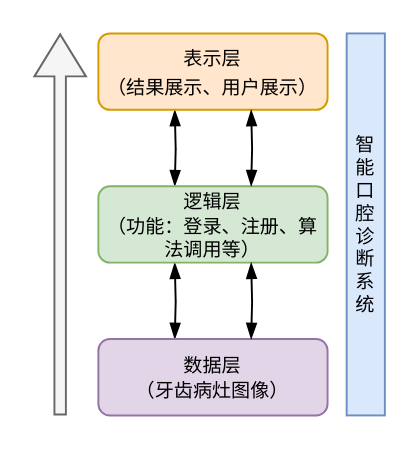
This is page "系统架构" (1 of 4) of 第五章绘图.drawio from qjl988/drawio, a draw.io file, before an edit. Source tidied: cells renumbered, new cells numbered last; positions are measured from the earlier drawing's top-left corner, leaving out a move shared by most shapes. Both pictures are drawn from the tidied source at 191%, with x=0, y=0 at pixel (59, 32).
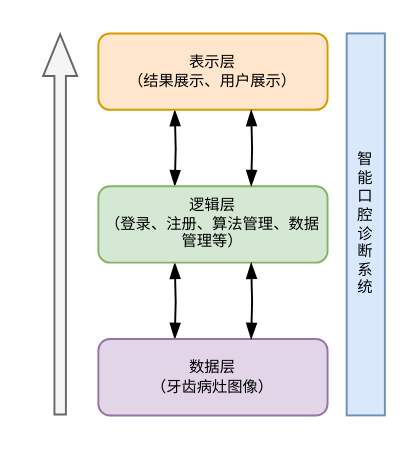
Above is the later version.

Commit message:
更新第五章绘图.drawio

Change to the diagram source:
```diff
@@
 <mxGraphModel>
   <root>
     <mxCell id="0" />
     <mxCell id="1" parent="0" />
-    <mxCell id="2" style="edgeStyle=orthogonalEdgeStyle;rounded=0;orthogonalLoop=1;jettySize=auto;html=1;entryX=0.5;entryY=1;entryDx=0;entryDy=0;endArrow=blockThin;endFill=1;startArrow=blockThin;startFill=1;" parent="1" edge="1">
+    <mxCell id="2" style="edgeStyle=orthogonalEdgeStyle;rounded=0;orthogonalLoop=1;jettySize=auto;html=1;entryX=0.5;entryY=1;entryDx=0;entryDy=0;endArrow=blockThin;endFill=1;startArrow=blockThin;startFill=1;fontFamily=宋体;fontSize=8;" parent="1" edge="1">
       <mxGeometry relative="1" as="geometry">
         <mxPoint x="60" y="160" as="sourcePoint" />
         <mxPoint x="60" y="120" as="targetPoint" />
       </mxGeometry>
     </mxCell>
-    <mxCell id="3" value="&lt;span style=&quot;font-family: 宋体; font-size: 10px;&quot;&gt;数据层&lt;/span&gt;&lt;div style=&quot;font-family: 宋体; font-size: 10px;&quot;&gt;（牙齿病灶图像）&lt;/div&gt;" style="rounded=1;whiteSpace=wrap;html=1;fillColor=#e1d5e7;strokeColor=#9673a6;" parent="1" vertex="1">
+    <mxCell id="3" value="&lt;span style=&quot;font-size: 8px;&quot;&gt;数据层&lt;/span&gt;&lt;div style=&quot;font-size: 8px;&quot;&gt;（牙齿病灶图像）&lt;/div&gt;" style="rounded=1;whiteSpace=wrap;html=1;fillColor=#e1d5e7;strokeColor=#9673a6;fontFamily=宋体;fontSize=8;" parent="1" vertex="1">
       <mxGeometry x="20" y="160" width="120" height="40" as="geometry" />
     </mxCell>
-    <mxCell id="4" style="edgeStyle=orthogonalEdgeStyle;rounded=0;orthogonalLoop=1;jettySize=auto;html=1;entryX=0.5;entryY=1;entryDx=0;entryDy=0;startArrow=blockThin;startFill=1;endArrow=blockThin;endFill=1;" parent="1" edge="1">
+    <mxCell id="4" style="edgeStyle=orthogonalEdgeStyle;rounded=0;orthogonalLoop=1;jettySize=auto;html=1;entryX=0.5;entryY=1;entryDx=0;entryDy=0;startArrow=blockThin;startFill=1;endArrow=blockThin;endFill=1;fontFamily=宋体;fontSize=8;" parent="1" edge="1">
       <mxGeometry relative="1" as="geometry">
         <mxPoint x="60" y="80" as="sourcePoint" />
         <mxPoint x="60" y="40" as="targetPoint" />
       </mxGeometry>
     </mxCell>
-    <mxCell id="5" value="&lt;span style=&quot;font-family: 宋体; font-size: 10px;&quot;&gt;逻辑层&lt;/span&gt;&lt;div style=&quot;font-family: 宋体; font-size: 10px;&quot;&gt;（功能：登录、注册、算法调用等）&lt;/div&gt;" style="rounded=1;whiteSpace=wrap;html=1;fillColor=#d5e8d4;strokeColor=#82b366;" parent="1" vertex="1">
+    <mxCell id="5" value="&lt;span style=&quot;font-size: 8px;&quot;&gt;逻辑层&lt;/span&gt;&lt;div style=&quot;font-size: 8px;&quot;&gt;（登录、注册、算法管理、数据管理等）&lt;/div&gt;" style="rounded=1;whiteSpace=wrap;html=1;fillColor=#d5e8d4;strokeColor=#82b366;fontFamily=宋体;fontSize=8;" parent="1" vertex="1">
       <mxGeometry x="20" y="80" width="120" height="40" as="geometry" />
     </mxCell>
-    <mxCell id="6" value="&lt;font face=&quot;宋体&quot;&gt;&lt;span style=&quot;font-size: 10px;&quot;&gt;表示层&lt;/span&gt;&lt;/font&gt;&lt;div&gt;&lt;font face=&quot;宋体&quot;&gt;&lt;span style=&quot;font-size: 10px;&quot;&gt;（结果展示、用户展示）&lt;/span&gt;&lt;/font&gt;&lt;/div&gt;" style="rounded=1;whiteSpace=wrap;html=1;fillColor=#ffe6cc;strokeColor=#d79b00;" parent="1" vertex="1">
+    <mxCell id="6" value="&lt;font style=&quot;font-size: 8px;&quot;&gt;&lt;span style=&quot;font-size: 8px;&quot;&gt;表示层&lt;/span&gt;&lt;/font&gt;&lt;div style=&quot;font-size: 8px;&quot;&gt;&lt;font style=&quot;font-size: 8px;&quot;&gt;&lt;span style=&quot;font-size: 8px;&quot;&gt;（结果展示、用户展示）&lt;/span&gt;&lt;/font&gt;&lt;/div&gt;" style="rounded=1;whiteSpace=wrap;html=1;fillColor=#ffe6cc;strokeColor=#d79b00;fontFamily=宋体;fontSize=8;" parent="1" vertex="1">
       <mxGeometry x="20" width="120" height="40" as="geometry" />
     </mxCell>
-    <mxCell id="7" style="shape=flexArrow;endArrow=classic;html=1;rounded=0;fillColor=#f5f5f5;strokeColor=#666666;endSize=7;startSize=6;targetPerimeterSpacing=0;width=6;" parent="1" edge="1">
+    <mxCell id="7" style="shape=flexArrow;endArrow=classic;html=1;rounded=0;fillColor=#f5f5f5;strokeColor=#666666;endSize=6.944444444444445;startSize=6;targetPerimeterSpacing=0;width=6;fontFamily=宋体;fontSize=8;endWidth=10.833333333333334;" parent="1" edge="1">
       <mxGeometry relative="1" as="geometry">
         <mxPoint y="200" as="sourcePoint" />
         <mxPoint as="targetPoint" />
       </mxGeometry>
     </mxCell>
-    <mxCell id="8" style="edgeStyle=orthogonalEdgeStyle;rounded=0;orthogonalLoop=1;jettySize=auto;html=1;entryX=0.5;entryY=1;entryDx=0;entryDy=0;startArrow=blockThin;startFill=1;endArrow=blockThin;endFill=1;" parent="1" edge="1">
+    <mxCell id="8" style="edgeStyle=orthogonalEdgeStyle;rounded=0;orthogonalLoop=1;jettySize=auto;html=1;entryX=0.5;entryY=1;entryDx=0;entryDy=0;startArrow=blockThin;startFill=1;endArrow=blockThin;endFill=1;fontFamily=宋体;fontSize=8;" parent="1" edge="1">
       <mxGeometry relative="1" as="geometry">
         <mxPoint x="100" y="80" as="sourcePoint" />
         <mxPoint x="100" y="40" as="targetPoint" />
       </mxGeometry>
     </mxCell>
-    <mxCell id="9" style="edgeStyle=orthogonalEdgeStyle;rounded=0;orthogonalLoop=1;jettySize=auto;html=1;entryX=0.5;entryY=1;entryDx=0;entryDy=0;endArrow=blockThin;endFill=1;startArrow=blockThin;startFill=1;" parent="1" edge="1">
+    <mxCell id="9" style="edgeStyle=orthogonalEdgeStyle;rounded=0;orthogonalLoop=1;jettySize=auto;html=1;entryX=0.5;entryY=1;entryDx=0;entryDy=0;endArrow=blockThin;endFill=1;startArrow=blockThin;startFill=1;fontFamily=宋体;fontSize=8;" parent="1" edge="1">
       <mxGeometry relative="1" as="geometry">
         <mxPoint x="100" y="160" as="sourcePoint" />
         <mxPoint x="100" y="120" as="targetPoint" />
       </mxGeometry>
     </mxCell>
-    <mxCell id="10" value="智能口腔诊断系统" style="rounded=0;whiteSpace=wrap;html=1;fillColor=#dae8fc;strokeColor=#6c8ebf;fontSize=10;fontFamily=宋体;" parent="1" vertex="1">
+    <mxCell id="10" value="智&lt;div&gt;能&lt;/div&gt;&lt;div&gt;口&lt;/div&gt;&lt;div&gt;腔&lt;/div&gt;&lt;div&gt;诊&lt;/div&gt;&lt;div&gt;断&lt;/div&gt;&lt;div&gt;系&lt;/div&gt;&lt;div&gt;统&lt;/div&gt;" style="rounded=0;whiteSpace=wrap;html=1;fillColor=#dae8fc;strokeColor=#6c8ebf;fontSize=8;fontFamily=宋体;" parent="1" vertex="1">
       <mxGeometry x="150" width="20" height="200" as="geometry" />
     </mxCell>
   </root>
 </mxGraphModel>
```
